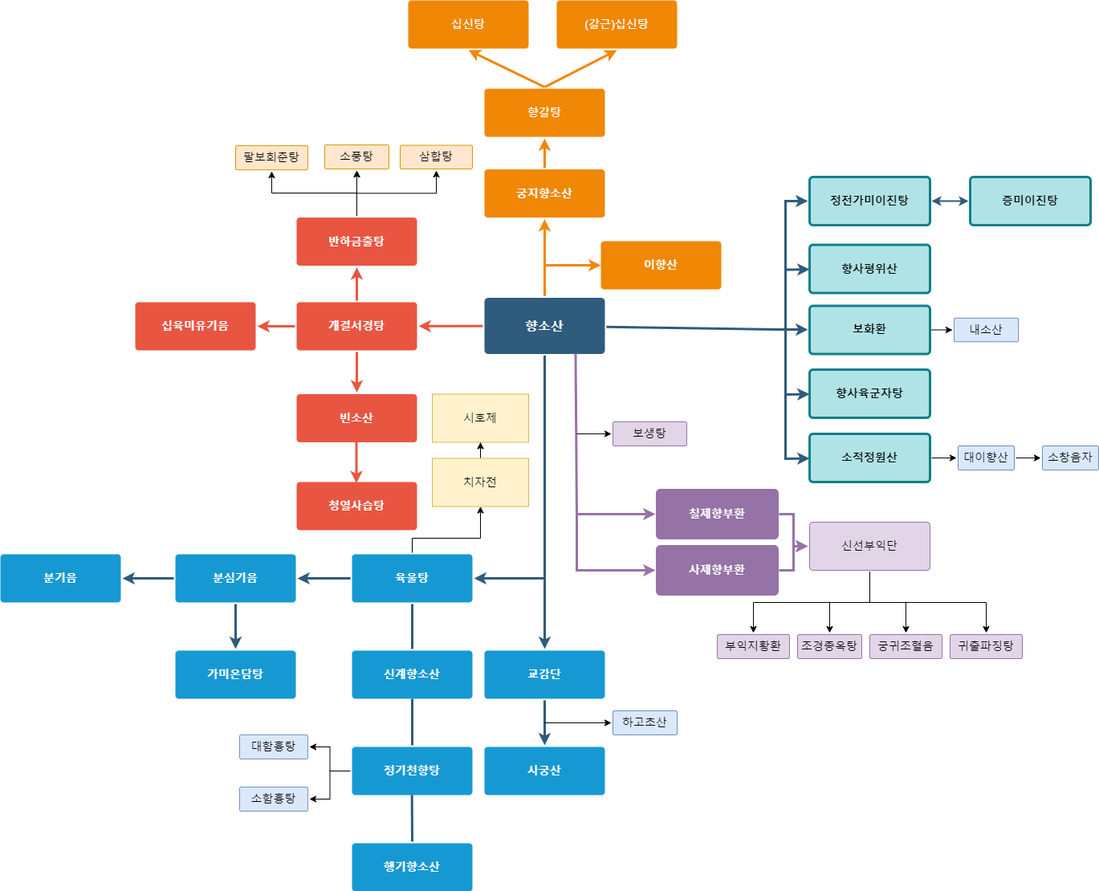
This is 향소산플로우차트.drawio.png from Jinzin71/sparta, a draw.io export, as it was before one commit. Source tidied: cells renumbered, new cells last; positions are measured from the earlier drawing's top-left corner, leaving out a move shared by most shapes.
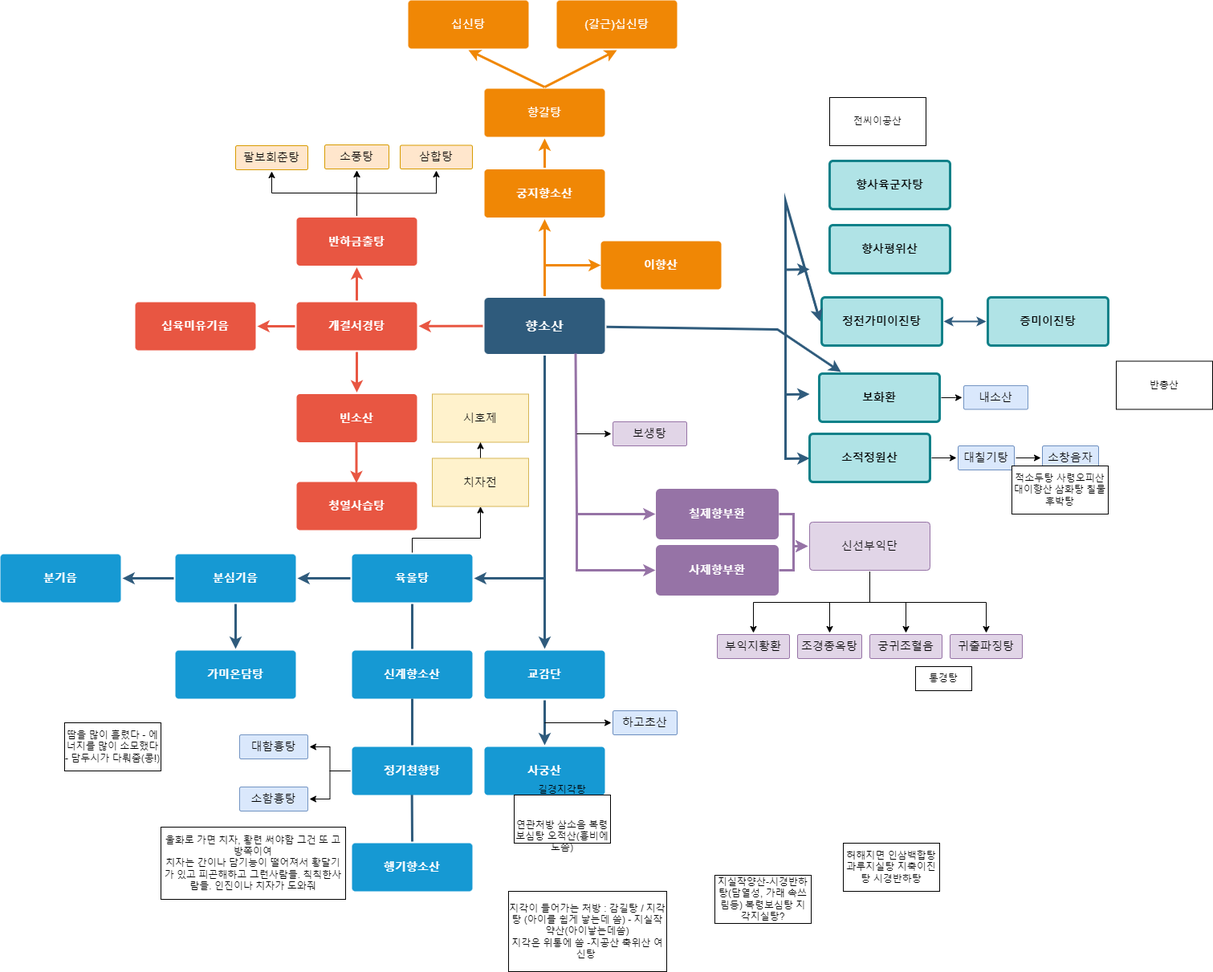
The same file after the commit.

Commit message:
향소산플로우차트.drawio.png 업데이트

What changed in the source:
```diff
@@ -82,22 +82,22 @@
       <mxGeometry relative="1" as="geometry" />
     </mxCell>
     <mxCell id="25" value="보화환" style="rounded=1;whiteSpace=wrap;html=1;shadow=0;labelBackgroundColor=none;strokeColor=#0e8088;strokeWidth=3;fillColor=#b0e3e6;fontFamily=Helvetica;fontSize=14;align=center;spacing=5;fontStyle=1;arcSize=7;perimeterSpacing=2;" parent="1" vertex="1">
-      <mxGeometry x="1008" y="380.5" width="150" height="60" as="geometry" />
+      <mxGeometry x="1020" y="465" width="150" height="60" as="geometry" />
     </mxCell>
     <mxCell id="26" style="edgeStyle=orthogonalEdgeStyle;rounded=0;jettySize=auto;html=1;strokeWidth=2;strokeColor=#2F5B7C;startArrow=classic;startFill=1;" parent="1" edge="1" source="27" target="30">
       <mxGeometry relative="1" as="geometry" />
     </mxCell>
     <mxCell id="27" value="증미이진탕" style="rounded=1;whiteSpace=wrap;html=1;shadow=0;labelBackgroundColor=none;strokeColor=#0e8088;strokeWidth=3;fillColor=#b0e3e6;fontFamily=Helvetica;fontSize=14;align=center;spacing=5;fontStyle=1;arcSize=7;perimeterSpacing=2;" parent="1" vertex="1">
-      <mxGeometry x="1208" y="220" width="150" height="60" as="geometry" />
+      <mxGeometry x="1230" y="370" width="150" height="60" as="geometry" />
     </mxCell>
     <mxCell id="28" value="향사육군자탕" style="rounded=1;whiteSpace=wrap;html=1;shadow=0;labelBackgroundColor=none;strokeColor=#0e8088;strokeWidth=3;fillColor=#b0e3e6;fontFamily=Helvetica;fontSize=14;align=center;spacing=5;fontStyle=1;arcSize=7;perimeterSpacing=2;" parent="1" vertex="1">
-      <mxGeometry x="1008" y="460" width="150" height="60" as="geometry" />
+      <mxGeometry x="1033" y="200" width="150" height="60" as="geometry" />
     </mxCell>
     <mxCell id="29" value="향사평위산" style="rounded=1;whiteSpace=wrap;html=1;shadow=0;labelBackgroundColor=none;strokeColor=#0e8088;strokeWidth=3;fillColor=#b0e3e6;fontFamily=Helvetica;fontSize=14;align=center;spacing=5;fontStyle=1;arcSize=7;perimeterSpacing=2;" parent="1" vertex="1">
-      <mxGeometry x="1008" y="304.5" width="150" height="60" as="geometry" />
+      <mxGeometry x="1033" y="280" width="150" height="60" as="geometry" />
     </mxCell>
     <mxCell id="30" value="정전가미이진탕" style="rounded=1;whiteSpace=wrap;html=1;shadow=0;labelBackgroundColor=none;strokeColor=#0e8088;strokeWidth=3;fillColor=#b0e3e6;fontFamily=Helvetica;fontSize=14;align=center;spacing=5;fontStyle=1;arcSize=7;perimeterSpacing=2;" parent="1" vertex="1">
-      <mxGeometry x="1008" y="220" width="150" height="60" as="geometry" />
+      <mxGeometry x="1023" y="370" width="150" height="60" as="geometry" />
     </mxCell>
     <mxCell id="31" style="edgeStyle=none;rounded=0;jumpStyle=none;html=1;shadow=0;labelBackgroundColor=none;startArrow=none;startFill=0;endArrow=classic;endFill=1;jettySize=auto;orthogonalLoop=1;strokeColor=#F08705;strokeWidth=3;fontFamily=Helvetica;fontSize=16;fontColor=#23445D;spacing=5;" parent="1" edge="1">
       <mxGeometry relative="1" as="geometry">
@@ -336,7 +336,7 @@
       <mxGeometry x="763" y="885" width="80" height="30" as="geometry" />
     </mxCell>
     <mxCell id="83" value="내소산" style="rounded=1;whiteSpace=wrap;html=1;shadow=0;labelBackgroundColor=none;strokeColor=#6c8ebf;strokeWidth=1;fillColor=#dae8fc;fontFamily=Helvetica;fontSize=14;align=center;spacing=5;fontStyle=0;arcSize=7;perimeterSpacing=2;" parent="1" vertex="1">
-      <mxGeometry x="1188" y="395.8" width="80" height="29.5" as="geometry" />
+      <mxGeometry x="1200" y="480" width="80" height="29.5" as="geometry" />
     </mxCell>
     <mxCell id="84" style="edgeStyle=orthogonalEdgeStyle;rounded=0;jettySize=auto;html=1;" parent="1" edge="1" source="85" target="87">
       <mxGeometry relative="1" as="geometry" />
@@ -347,7 +347,7 @@
     <mxCell id="86" style="edgeStyle=orthogonalEdgeStyle;rounded=0;jettySize=auto;html=1;" parent="1" edge="1" source="87" target="88">
       <mxGeometry relative="1" as="geometry" />
     </mxCell>
-    <mxCell id="87" value="대이향산" style="rounded=1;whiteSpace=wrap;html=1;shadow=0;labelBackgroundColor=none;strokeColor=#6c8ebf;strokeWidth=1;fillColor=#dae8fc;fontFamily=Helvetica;fontSize=14;align=center;spacing=5;fontStyle=0;arcSize=7;perimeterSpacing=2;" parent="1" vertex="1">
+    <mxCell id="87" value="대칠기탕" style="rounded=1;whiteSpace=wrap;html=1;shadow=0;labelBackgroundColor=none;strokeColor=#6c8ebf;strokeWidth=1;fillColor=#dae8fc;fontFamily=Helvetica;fontSize=14;align=center;spacing=5;fontStyle=0;arcSize=7;perimeterSpacing=2;" parent="1" vertex="1">
       <mxGeometry x="1193" y="555" width="70" height="30" as="geometry" />
     </mxCell>
     <mxCell id="88" value="소창음자" style="rounded=1;whiteSpace=wrap;html=1;shadow=0;labelBackgroundColor=none;strokeColor=#6c8ebf;strokeWidth=1;fillColor=#dae8fc;fontFamily=Helvetica;fontSize=14;align=center;spacing=5;fontStyle=0;arcSize=7;perimeterSpacing=2;" parent="1" vertex="1">
@@ -374,5 +374,35 @@
     <mxCell id="93" value="소함흉탕" style="rounded=1;whiteSpace=wrap;html=1;shadow=0;labelBackgroundColor=none;strokeColor=#6c8ebf;strokeWidth=1;fillColor=#dae8fc;fontFamily=Helvetica;fontSize=14;align=center;spacing=5;fontStyle=0;arcSize=7;perimeterSpacing=2;" parent="1" vertex="1">
       <mxGeometry x="298" y="980" width="85" height="30" as="geometry" />
     </mxCell>
+    <mxCell id="94" value="전씨이공산" style="rounded=0;whiteSpace=wrap;html=1;" parent="1" vertex="1">
+      <mxGeometry x="1033" y="121" width="120" height="60" as="geometry" />
+    </mxCell>
+    <mxCell id="95" value="반총산" style="whiteSpace=wrap;html=1;" parent="1" vertex="1">
+      <mxGeometry x="1390" y="449.5" width="120" height="60" as="geometry" />
+    </mxCell>
+    <mxCell id="96" value="적소두탕 사령오피산 대이향산 삼화탕 칠물후박탕" style="whiteSpace=wrap;html=1;" parent="1" vertex="1">
+      <mxGeometry x="1260" y="580" width="120" height="60" as="geometry" />
+    </mxCell>
+    <mxCell id="97" value="통경탕" style="whiteSpace=wrap;html=1;" parent="1" vertex="1">
+      <mxGeometry x="1140" y="830" width="70" height="30" as="geometry" />
+    </mxCell>
+    <mxCell id="98" value="길경지각탕&lt;br&gt;&lt;br&gt;&lt;br&gt;연관처방 삼소음 복령보심탕 오적산(흉비에도씀)" style="whiteSpace=wrap;html=1;" parent="1" vertex="1">
+      <mxGeometry x="640" y="990" width="120" height="60" as="geometry" />
+    </mxCell>
+    <mxCell id="99" value="지각이 들어가는 처방 : 감길탕 / 지각탕 (아이를 쉽게 낳는데 씀) - 지실작약산(아이낳는데씀)&lt;br&gt;지각은 위통에 씀 -지공산 축위산 여신탕&amp;nbsp;" style="whiteSpace=wrap;html=1;" parent="1" vertex="1">
+      <mxGeometry x="633" y="1110" width="197" height="100" as="geometry" />
+    </mxCell>
+    <mxCell id="100" value="지실작양산-시경반하탕(담열성, 가래 속쓰림등) 복령보심탕 지각지실탕?" style="whiteSpace=wrap;html=1;" parent="1" vertex="1">
+      <mxGeometry x="890" y="1090" width="120" height="60" as="geometry" />
+    </mxCell>
+    <mxCell id="101" value="허해지면 인삼백합탕 과루지실탕 지축이진탕 시경반하탕" style="whiteSpace=wrap;html=1;" parent="1" vertex="1">
+      <mxGeometry x="1050" y="1050" width="120" height="60" as="geometry" />
+    </mxCell>
+    <mxCell id="102" value="울화로 가면 치자, 황련 써야함 그건 또 고방쪽이여&lt;br&gt;치자는 간이나 담기능이 떨어져서 황달기가 있고 피곤해하고 그런사람들. 칙칙한사람들. 인진이나 치자가 도와줘" style="whiteSpace=wrap;html=1;" parent="1" vertex="1">
+      <mxGeometry x="200" y="1030" width="230" height="90" as="geometry" />
+    </mxCell>
+    <mxCell id="103" value="땀을 많이 흘렸다 - 에너지를 많이 소모했다 - 담두시가 다뤄줌(콩!)" style="whiteSpace=wrap;html=1;" parent="1" vertex="1">
+      <mxGeometry x="80" y="900" width="120" height="60" as="geometry" />
+    </mxCell>
   </root>
 </mxGraphModel>
```
